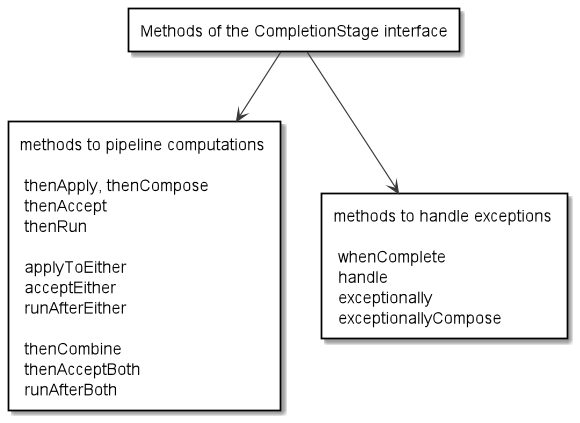
This is images/methods_of_CompletionStage.png from ti-cortex-m4/demo-java-completablefuture, a PlantUML export, as it was before one commit.
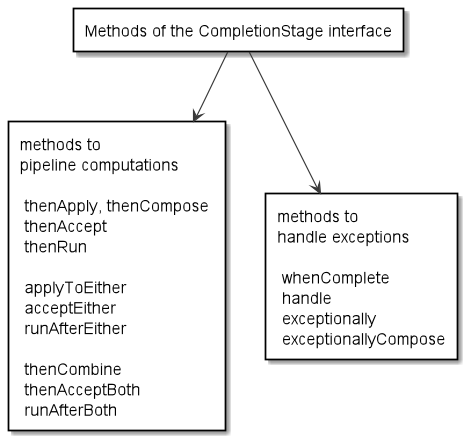
Later version of the same file.

Change to the diagram source:
```diff
@@ -5,8 +5,8 @@
 skinparam RectangleBackgroundColor white
 
 rectangle "Methods of the CompletionStage interface" as Methods
-rectangle "methods to pipeline computations \n  \n thenApply, thenCompose \n thenAccept \n thenRun \n\n applyToEither \n acceptEither \n runAfterEither \n\n thenCombine \n thenAcceptBoth \n runAfterBoth" as Pipelining
-rectangle "methods to handle exceptions \n  \n whenComplete \n handle \n exceptionally \n exceptionallyCompose" as ExceptionHandling
+rectangle "methods to\npipeline computations \n  \n thenApply, thenCompose \n thenAccept \n thenRun \n\n applyToEither \n acceptEither \n runAfterEither \n\n thenCombine \n thenAcceptBoth \n runAfterBoth" as Pipelining
+rectangle "methods to\nhandle exceptions \n  \n whenComplete \n handle \n exceptionally \n exceptionallyCompose" as ExceptionHandling
 
 Methods --> ExceptionHandling
 Methods --> Pipelining
```
